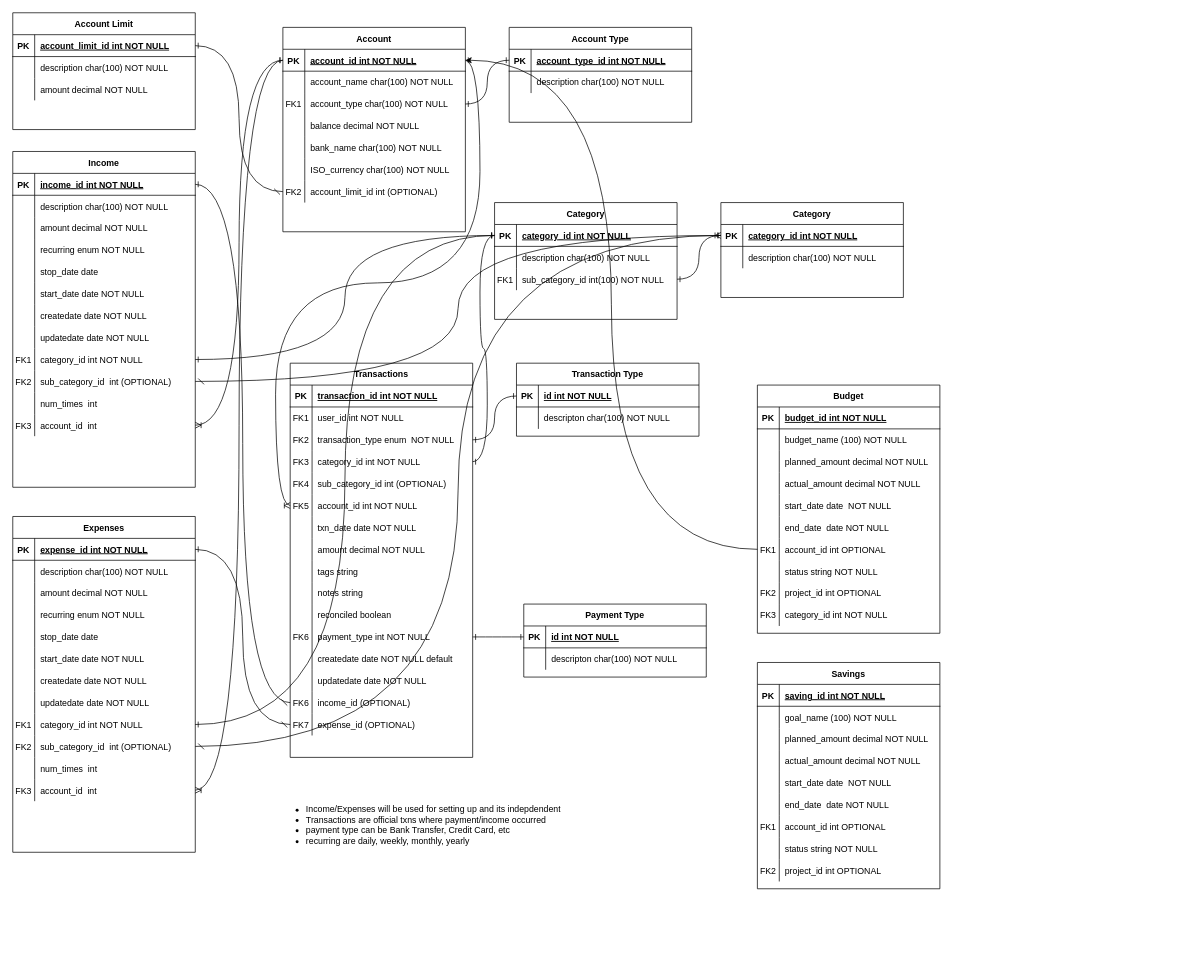
Above: mockitplace.drawio in itpreneur/123-Essential-JavaScript-Interview-Questions (draw.io), before the change. Source tidied: cells renumbered, new cells numbered last; positions are measured from the earlier drawing's top-left corner, leaving out a move shared by most shapes. Both pictures are drawn from the tidied source at 73%, with x=0, y=0 at pixel (12, 12).
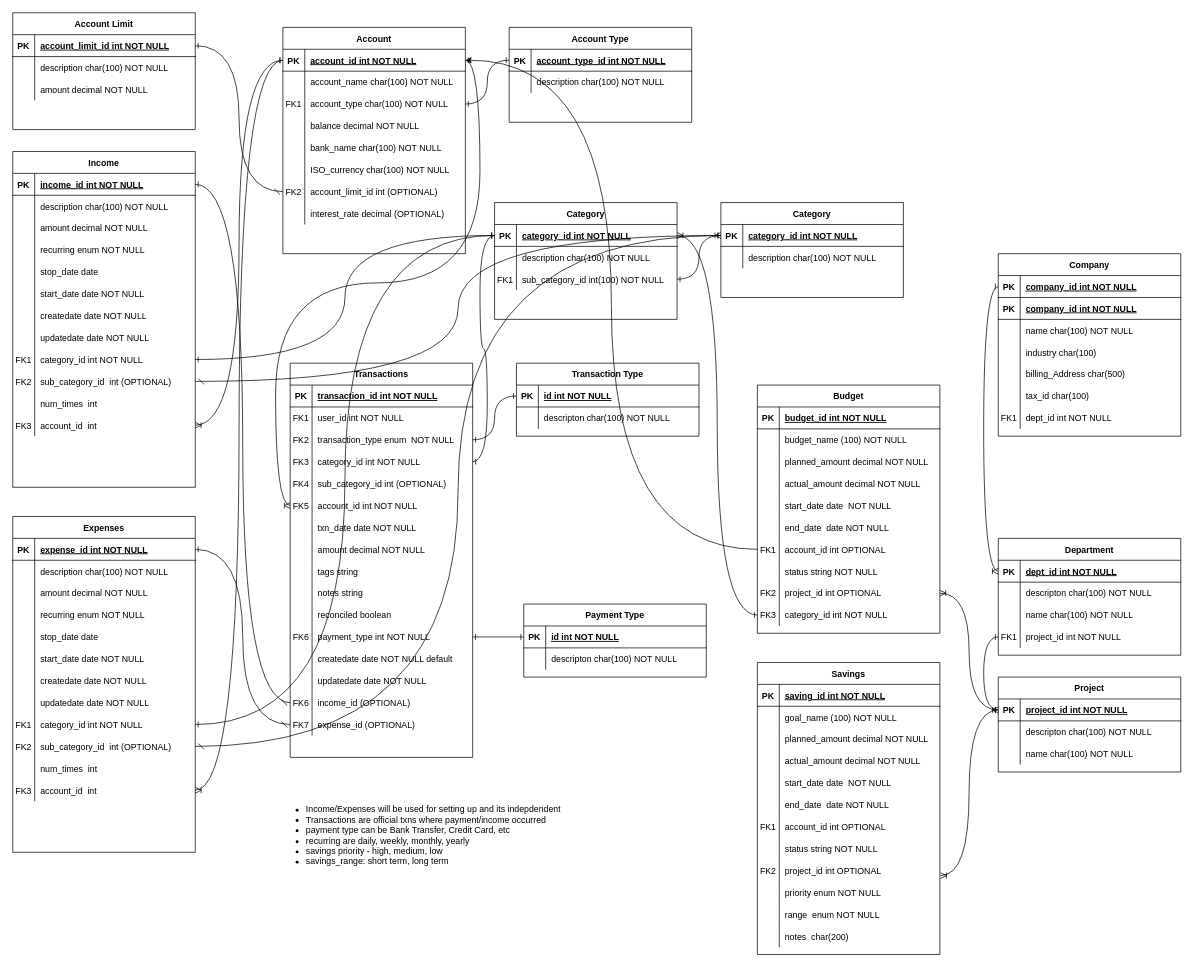
After the change.

The change refers to these unchanged cells:
```xml
<mxCell id="178" style="shape=partialRectangle;fillColor=none;points=[[0,0.5],[1,0.5]];portConstraint=eastwest;top=0;left=0;right=0;bottom=1;" parent="177" vertex="1">
  <mxGeometry y="30" width="250" height="30" as="geometry" />
</mxCell>
<mxCell id="236" style="shape=partialRectangle;fillColor=none;points=[[0,0.5],[1,0.5]];portConstraint=eastwest;top=0;left=0;right=0;bottom=0;" parent="211" vertex="1">
  <mxGeometry y="270" width="250" height="30" as="geometry" />
</mxCell>
<mxCell id="264" style="shape=partialRectangle;fillColor=none;points=[[0,0.5],[1,0.5]];portConstraint=eastwest;top=0;left=0;right=0;bottom=0;" parent="239" vertex="1">
  <mxGeometry y="270" width="250" height="30" as="geometry" />
</mxCell>
<mxCell id="267" style="shape=partialRectangle;fillColor=none;points=[[0,0.5],[1,0.5]];portConstraint=eastwest;top=0;left=0;right=0;bottom=0;" parent="239" vertex="1">
  <mxGeometry y="300" width="250" height="30" as="geometry" />
</mxCell>
```

The edit, as a diff of the source:
```diff
@@
     <mxCell id="51" value="Account" style="shape=table;startSize=30;childLayout=tableLayout;rowLines=0;fontStyle=1;align=center;" parent="1" vertex="1">
-      <mxGeometry x="370" y="20" width="250" height="280" as="geometry" />
+      <mxGeometry x="370" y="20" width="250" height="310" as="geometry" />
     </mxCell>
@@
+    <mxCell id="271" style="shape=partialRectangle;fillColor=none;top=0;left=0;right=0;bottom=0;" parent="51" vertex="1">
+      <mxGeometry y="240" width="250" height="30" as="geometry" />
+    </mxCell>
+    <mxCell id="272" style="shape=partialRectangle;overflow=hidden;fillColor=none;top=0;left=0;bottom=0;right=0;" parent="271" vertex="1">
+      <mxGeometry width="30" height="30" as="geometry" />
+    </mxCell>
+    <mxCell id="273" value="interest_rate decimal (OPTIONAL)" style="shape=partialRectangle;overflow=hidden;fillColor=none;top=0;left=0;bottom=0;right=0;align=left;spacingLeft=6;" parent="271" vertex="1">
+      <mxGeometry x="30" width="220" height="30" as="geometry" />
+    </mxCell>
@@
-    <mxCell id="163" value="&lt;ul&gt;&lt;li&gt;Income/Expenses will be used for setting up and its indepdendent&lt;/li&gt;&lt;li&gt;Transactions are official txns where payment/income occurred&lt;/li&gt;&lt;li&gt;payment type can be Bank Transfer, Credit Card, etc&lt;/li&gt;&lt;li&gt;recurring are daily, weekly, monthly, yearly&lt;/li&gt;&lt;/ul&gt;" style="text;strokeColor=none;fillColor=none;html=1;whiteSpace=wrap;verticalAlign=middle;overflow=hidden;" parent="1" vertex="1">
-      <mxGeometry x="360" y="1070" width="510" height="80" as="geometry" />
+    <mxCell id="163" value="&lt;ul&gt;&lt;li&gt;Income/Expenses will be used for setting up and its indepdendent&lt;/li&gt;&lt;li&gt;Transactions are official txns where payment/income occurred&lt;/li&gt;&lt;li&gt;payment type can be Bank Transfer, Credit Card, etc&lt;/li&gt;&lt;li&gt;recurring are daily, weekly, monthly, yearly&lt;/li&gt;&lt;li&gt;savings priority - high, medium, low&lt;/li&gt;&lt;li&gt;savings_range: short term, long term&lt;/li&gt;&lt;/ul&gt;" style="text;strokeColor=none;fillColor=none;html=1;whiteSpace=wrap;verticalAlign=middle;overflow=hidden;" parent="1" vertex="1">
+      <mxGeometry x="360" y="1070" width="510" height="110" as="geometry" />
     </mxCell>
@@
     <mxCell id="211" value="Savings" style="shape=table;startSize=30;childLayout=tableLayout;rowLines=0;fontStyle=1;align=center;" parent="1" vertex="1">
-      <mxGeometry x="1020" y="890" width="250" height="310" as="geometry" />
+      <mxGeometry x="1020" y="890" width="250" height="400" as="geometry" />
     </mxCell>
@@
+    <mxCell id="274" style="shape=partialRectangle;fillColor=none;top=0;left=0;right=0;bottom=0;" parent="211" vertex="1">
+      <mxGeometry y="300" width="250" height="30" as="geometry" />
+    </mxCell>
+    <mxCell id="275" style="shape=partialRectangle;overflow=hidden;fillColor=none;top=0;left=0;bottom=0;right=0;" parent="274" vertex="1">
+      <mxGeometry width="30" height="30" as="geometry" />
+    </mxCell>
+    <mxCell id="276" value="priority enum NOT NULL" style="shape=partialRectangle;overflow=hidden;fillColor=none;top=0;left=0;bottom=0;right=0;align=left;spacingLeft=6;" parent="274" vertex="1">
+      <mxGeometry x="30" width="220" height="30" as="geometry" />
+    </mxCell>
+    <mxCell id="277" style="shape=partialRectangle;fillColor=none;top=0;left=0;right=0;bottom=0;" parent="211" vertex="1">
+      <mxGeometry y="330" width="250" height="30" as="geometry" />
+    </mxCell>
+    <mxCell id="278" style="shape=partialRectangle;overflow=hidden;fillColor=none;top=0;left=0;bottom=0;right=0;" parent="277" vertex="1">
+      <mxGeometry width="30" height="30" as="geometry" />
+    </mxCell>
+    <mxCell id="279" value="range  enum NOT NULL" style="shape=partialRectangle;overflow=hidden;fillColor=none;top=0;left=0;bottom=0;right=0;align=left;spacingLeft=6;" parent="277" vertex="1">
+      <mxGeometry x="30" width="220" height="30" as="geometry" />
+    </mxCell>
+    <mxCell id="280" style="shape=partialRectangle;fillColor=none;top=0;left=0;right=0;bottom=0;" parent="211" vertex="1">
+      <mxGeometry y="360" width="250" height="30" as="geometry" />
+    </mxCell>
+    <mxCell id="281" style="shape=partialRectangle;overflow=hidden;fillColor=none;top=0;left=0;bottom=0;right=0;" parent="280" vertex="1">
+      <mxGeometry width="30" height="30" as="geometry" />
+    </mxCell>
+    <mxCell id="282" value="notes  char(200) " style="shape=partialRectangle;overflow=hidden;fillColor=none;top=0;left=0;bottom=0;right=0;align=left;spacingLeft=6;" parent="280" vertex="1">
+      <mxGeometry x="30" width="220" height="30" as="geometry" />
+    </mxCell>
@@
+    <mxCell id="283" value="Project" style="shape=table;startSize=30;childLayout=tableLayout;rowLines=0;fontStyle=1;align=center;" parent="1" vertex="1">
+      <mxGeometry x="1350" y="910" width="250" height="130" as="geometry" />
+    </mxCell>
+    <mxCell id="284" style="shape=partialRectangle;fillColor=none;points=[[0,0.5],[1,0.5]];portConstraint=eastwest;top=0;left=0;right=0;bottom=1;" parent="283" vertex="1">
+      <mxGeometry y="30" width="250" height="30" as="geometry" />
+    </mxCell>
+    <mxCell id="285" value="PK" style="shape=partialRectangle;overflow=hidden;fillColor=none;top=0;left=0;bottom=0;right=0;fontStyle=1;" parent="284" vertex="1">
+      <mxGeometry width="30" height="30" as="geometry" />
+    </mxCell>
+    <mxCell id="286" value="project_id int NOT NULL " style="shape=partialRectangle;overflow=hidden;fillColor=none;top=0;left=0;bottom=0;right=0;align=left;spacingLeft=6;fontStyle=5;" parent="284" vertex="1">
+      <mxGeometry x="30" width="220" height="30" as="geometry" />
+    </mxCell>
+    <mxCell id="287" style="shape=partialRectangle;fillColor=none;top=0;left=0;right=0;bottom=0;" parent="283" vertex="1">
+      <mxGeometry y="60" width="250" height="30" as="geometry" />
+    </mxCell>
+    <mxCell id="288" style="shape=partialRectangle;overflow=hidden;fillColor=none;top=0;left=0;bottom=0;right=0;" parent="287" vertex="1">
+      <mxGeometry width="30" height="30" as="geometry" />
+    </mxCell>
+    <mxCell id="289" value="descripton char(100) NOT NULL" style="shape=partialRectangle;overflow=hidden;fillColor=none;top=0;left=0;bottom=0;right=0;align=left;spacingLeft=6;" parent="287" vertex="1">
+      <mxGeometry x="30" width="220" height="30" as="geometry" />
+    </mxCell>
+    <mxCell id="290" style="shape=partialRectangle;fillColor=none;top=0;left=0;right=0;bottom=0;" parent="283" vertex="1">
+      <mxGeometry y="90" width="250" height="30" as="geometry" />
+    </mxCell>
+    <mxCell id="291" style="shape=partialRectangle;overflow=hidden;fillColor=none;top=0;left=0;bottom=0;right=0;" parent="290" vertex="1">
+      <mxGeometry width="30" height="30" as="geometry" />
+    </mxCell>
+    <mxCell id="292" value="name char(100) NOT NULL" style="shape=partialRectangle;overflow=hidden;fillColor=none;top=0;left=0;bottom=0;right=0;align=left;spacingLeft=6;" parent="290" vertex="1">
+      <mxGeometry x="30" width="220" height="30" as="geometry" />
+    </mxCell>
+    <mxCell id="293" value="Department" style="shape=table;startSize=30;childLayout=tableLayout;rowLines=0;fontStyle=1;align=center;" parent="1" vertex="1">
+      <mxGeometry x="1350" y="720" width="250" height="160" as="geometry" />
+    </mxCell>
+    <mxCell id="294" style="shape=partialRectangle;fillColor=none;points=[[0,0.5],[1,0.5]];portConstraint=eastwest;top=0;left=0;right=0;bottom=1;" parent="293" vertex="1">
+      <mxGeometry y="30" width="250" height="30" as="geometry" />
+    </mxCell>
+    <mxCell id="295" value="PK" style="shape=partialRectangle;overflow=hidden;fillColor=none;top=0;left=0;bottom=0;right=0;fontStyle=1;" parent="294" vertex="1">
+      <mxGeometry width="30" height="30" as="geometry" />
+    </mxCell>
+    <mxCell id="296" value="dept_id int NOT NULL " style="shape=partialRectangle;overflow=hidden;fillColor=none;top=0;left=0;bottom=0;right=0;align=left;spacingLeft=6;fontStyle=5;" parent="294" vertex="1">
+      <mxGeometry x="30" width="220" height="30" as="geometry" />
+    </mxCell>
+    <mxCell id="297" style="shape=partialRectangle;fillColor=none;top=0;left=0;right=0;bottom=0;" parent="293" vertex="1">
+      <mxGeometry y="60" width="250" height="30" as="geometry" />
+    </mxCell>
+    <mxCell id="298" style="shape=partialRectangle;overflow=hidden;fillColor=none;top=0;left=0;bottom=0;right=0;" parent="297" vertex="1">
+      <mxGeometry width="30" height="30" as="geometry" />
+    </mxCell>
+    <mxCell id="299" value="descripton char(100) NOT NULL" style="shape=partialRectangle;overflow=hidden;fillColor=none;top=0;left=0;bottom=0;right=0;align=left;spacingLeft=6;" parent="297" vertex="1">
+      <mxGeometry x="30" width="220" height="30" as="geometry" />
+    </mxCell>
+    <mxCell id="300" style="shape=partialRectangle;fillColor=none;top=0;left=0;right=0;bottom=0;" parent="293" vertex="1">
+      <mxGeometry y="90" width="250" height="30" as="geometry" />
+    </mxCell>
+    <mxCell id="301" style="shape=partialRectangle;overflow=hidden;fillColor=none;top=0;left=0;bottom=0;right=0;" parent="300" vertex="1">
+      <mxGeometry width="30" height="30" as="geometry" />
+    </mxCell>
+    <mxCell id="302" value="name char(100) NOT NULL" style="shape=partialRectangle;overflow=hidden;fillColor=none;top=0;left=0;bottom=0;right=0;align=left;spacingLeft=6;" parent="300" vertex="1">
+      <mxGeometry x="30" width="220" height="30" as="geometry" />
+    </mxCell>
+    <mxCell id="303" style="shape=partialRectangle;fillColor=none;points=[[0,0.5],[1,0.5]];portConstraint=eastwest;top=0;left=0;right=0;bottom=0;" parent="293" vertex="1">
+      <mxGeometry y="120" width="250" height="30" as="geometry" />
+    </mxCell>
+    <mxCell id="304" value="FK1" style="shape=partialRectangle;overflow=hidden;fillColor=none;top=0;left=0;bottom=0;right=0;" parent="303" vertex="1">
+      <mxGeometry width="30" height="30" as="geometry" />
+    </mxCell>
+    <mxCell id="305" value="project_id int NOT NULL" style="shape=partialRectangle;overflow=hidden;fillColor=none;top=0;left=0;bottom=0;right=0;align=left;spacingLeft=6;" parent="303" vertex="1">
+      <mxGeometry x="30" width="220" height="30" as="geometry" />
+    </mxCell>
+    <mxCell id="306" value="Company" style="shape=table;startSize=30;childLayout=tableLayout;rowLines=0;fontStyle=1;align=center;" parent="1" vertex="1">
+      <mxGeometry x="1350" y="330" width="250" height="250" as="geometry" />
+    </mxCell>
+    <mxCell id="307" style="shape=partialRectangle;fillColor=none;points=[[0,0.5],[1,0.5]];portConstraint=eastwest;top=0;left=0;right=0;bottom=1;" parent="306" vertex="1">
+      <mxGeometry y="30" width="250" height="30" as="geometry" />
+    </mxCell>
+    <mxCell id="308" value="PK" style="shape=partialRectangle;overflow=hidden;fillColor=none;top=0;left=0;bottom=0;right=0;fontStyle=1;" parent="307" vertex="1">
+      <mxGeometry width="30" height="30" as="geometry" />
+    </mxCell>
+    <mxCell id="309" value="company_id int NOT NULL " style="shape=partialRectangle;overflow=hidden;fillColor=none;top=0;left=0;bottom=0;right=0;align=left;spacingLeft=6;fontStyle=5;" parent="307" vertex="1">
+      <mxGeometry x="30" width="220" height="30" as="geometry" />
+    </mxCell>
+    <mxCell id="310" style="shape=partialRectangle;fillColor=none;top=0;left=0;right=0;bottom=1;" parent="306" vertex="1">
+      <mxGeometry y="60" width="250" height="30" as="geometry" />
+    </mxCell>
+    <mxCell id="311" value="PK" style="shape=partialRectangle;overflow=hidden;fillColor=none;top=0;left=0;bottom=0;right=0;fontStyle=1;" parent="310" vertex="1">
+      <mxGeometry width="30" height="30" as="geometry" />
+    </mxCell>
+    <mxCell id="312" value="company_id int NOT NULL " style="shape=partialRectangle;overflow=hidden;fillColor=none;top=0;left=0;bottom=0;right=0;align=left;spacingLeft=6;fontStyle=5;" parent="310" vertex="1">
+      <mxGeometry x="30" width="220" height="30" as="geometry" />
+    </mxCell>
+    <mxCell id="313" style="shape=partialRectangle;fillColor=none;top=0;left=0;right=0;bottom=0;" parent="306" vertex="1">
+      <mxGeometry y="90" width="250" height="30" as="geometry" />
+    </mxCell>
+    <mxCell id="314" style="shape=partialRectangle;overflow=hidden;fillColor=none;top=0;left=0;bottom=0;right=0;" parent="313" vertex="1">
+      <mxGeometry width="30" height="30" as="geometry" />
+    </mxCell>
+    <mxCell id="315" value="name char(100) NOT NULL" style="shape=partialRectangle;overflow=hidden;fillColor=none;top=0;left=0;bottom=0;right=0;align=left;spacingLeft=6;" parent="313" vertex="1">
+      <mxGeometry x="30" width="220" height="30" as="geometry" />
+    </mxCell>
+    <mxCell id="316" style="shape=partialRectangle;fillColor=none;top=0;left=0;right=0;bottom=0;" parent="306" vertex="1">
+      <mxGeometry y="120" width="250" height="30" as="geometry" />
+    </mxCell>
+    <mxCell id="317" style="shape=partialRectangle;overflow=hidden;fillColor=none;top=0;left=0;bottom=0;right=0;" parent="316" vertex="1">
+      <mxGeometry width="30" height="30" as="geometry" />
+    </mxCell>
+    <mxCell id="318" value="industry char(100) " style="shape=partialRectangle;overflow=hidden;fillColor=none;top=0;left=0;bottom=0;right=0;align=left;spacingLeft=6;" parent="316" vertex="1">
+      <mxGeometry x="30" width="220" height="30" as="geometry" />
+    </mxCell>
+    <mxCell id="319" style="shape=partialRectangle;fillColor=none;top=0;left=0;right=0;bottom=0;" parent="306" vertex="1">
+      <mxGeometry y="150" width="250" height="30" as="geometry" />
+    </mxCell>
+    <mxCell id="320" style="shape=partialRectangle;overflow=hidden;fillColor=none;top=0;left=0;bottom=0;right=0;" parent="319" vertex="1">
+      <mxGeometry width="30" height="30" as="geometry" />
+    </mxCell>
+    <mxCell id="321" value="billing_Address char(500)" style="shape=partialRectangle;overflow=hidden;fillColor=none;top=0;left=0;bottom=0;right=0;align=left;spacingLeft=6;" parent="319" vertex="1">
+      <mxGeometry x="30" width="220" height="30" as="geometry" />
+    </mxCell>
+    <mxCell id="322" style="shape=partialRectangle;fillColor=none;top=0;left=0;right=0;bottom=0;" parent="306" vertex="1">
+      <mxGeometry y="180" width="250" height="30" as="geometry" />
+    </mxCell>
+    <mxCell id="323" style="shape=partialRectangle;overflow=hidden;fillColor=none;top=0;left=0;bottom=0;right=0;" parent="322" vertex="1">
+      <mxGeometry width="30" height="30" as="geometry" />
+    </mxCell>
+    <mxCell id="324" value="tax_id char(100)" style="shape=partialRectangle;overflow=hidden;fillColor=none;top=0;left=0;bottom=0;right=0;align=left;spacingLeft=6;" parent="322" vertex="1">
+      <mxGeometry x="30" width="220" height="30" as="geometry" />
+    </mxCell>
+    <mxCell id="325" style="shape=partialRectangle;fillColor=none;top=0;left=0;right=0;bottom=0;" parent="306" vertex="1">
+      <mxGeometry y="210" width="250" height="30" as="geometry" />
+    </mxCell>
+    <mxCell id="326" value="FK1" style="shape=partialRectangle;overflow=hidden;fillColor=none;top=0;left=0;bottom=0;right=0;" parent="325" vertex="1">
+      <mxGeometry width="30" height="30" as="geometry" />
+    </mxCell>
+    <mxCell id="327" value="dept_id int NOT NULL" style="shape=partialRectangle;overflow=hidden;fillColor=none;top=0;left=0;bottom=0;right=0;align=left;spacingLeft=6;" parent="325" vertex="1">
+      <mxGeometry x="30" width="220" height="30" as="geometry" />
+    </mxCell>
+    <mxCell id="328" style="edgeStyle=orthogonalEdgeStyle;rounded=0;jettySize=auto;html=1;entryX=0;entryY=0.5;entryDx=0;entryDy=0;curved=1;startArrow=ERone;startFill=0;endArrow=ERoneToMany;endFill=0;" parent="1" edge="1" source="307" target="294">
+      <mxGeometry relative="1" as="geometry" />
+    </mxCell>
+    <mxCell id="329" style="edgeStyle=orthogonalEdgeStyle;rounded=0;jettySize=auto;html=1;entryX=0;entryY=0.5;entryDx=0;entryDy=0;curved=1;startArrow=ERone;startFill=0;endArrow=ERoneToMany;endFill=0;" parent="1" edge="1" source="303" target="284">
+      <mxGeometry relative="1" as="geometry" />
+    </mxCell>
+    <mxCell id="330" style="edgeStyle=orthogonalEdgeStyle;rounded=0;jettySize=auto;html=1;entryX=1;entryY=0.5;entryDx=0;entryDy=0;curved=1;startArrow=ERone;startFill=0;endArrow=ERoneToMany;endFill=0;" parent="1" edge="1" source="284" target="264">
+      <mxGeometry relative="1" as="geometry" />
+    </mxCell>
+    <mxCell id="331" style="edgeStyle=orthogonalEdgeStyle;rounded=0;jettySize=auto;html=1;entryX=1.004;entryY=0.733;entryDx=0;entryDy=0;entryPerimeter=0;curved=1;startArrow=ERone;startFill=0;endArrow=ERoneToMany;endFill=0;" parent="1" edge="1" source="284" target="236">
+      <mxGeometry relative="1" as="geometry" />
+    </mxCell>
+    <mxCell id="332" style="edgeStyle=orthogonalEdgeStyle;rounded=0;jettySize=auto;html=1;curved=1;startArrow=ERone;startFill=0;endArrow=ERoneToMany;endFill=0;" parent="1" edge="1" source="267" target="178">
+      <mxGeometry relative="1" as="geometry" />
+    </mxCell>
```
